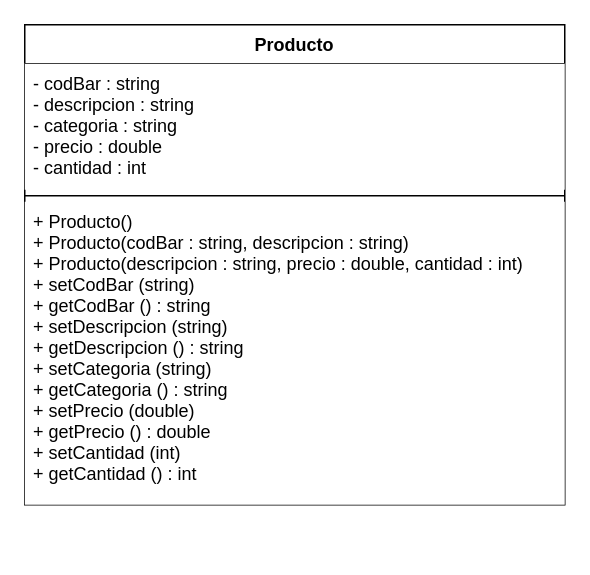
Above: producto.drawio in presuel/POO (draw.io), before the change. Source tidied: cells renumbered, new cells numbered last; positions are measured from the earlier drawing's top-left corner, leaving out a move shared by most shapes. Both pictures are drawn from the tidied source at 150%, with x=0, y=0 at pixel (24, 24).
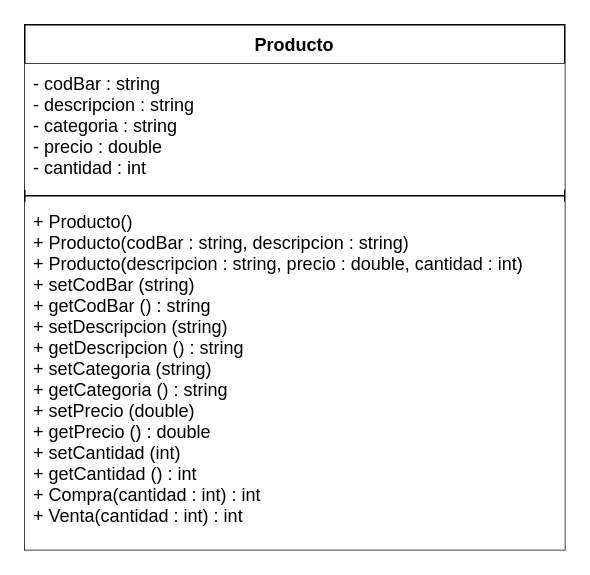
The same diagram, later.

Commit message (it also covers changes not shown here):
Compra, Venta Producto (C++ & Java)

Change to the diagram source:
```diff
@@
 <mxGraphModel>
   <root>
     <mxCell id="0" />
     <mxCell id="1" parent="0" />
     <mxCell id="2" value="Producto" style="swimlane;fontStyle=1;align=center;verticalAlign=top;horizontal=1;startSize=26;" parent="1" vertex="1">
-      <mxGeometry width="360" height="320" as="geometry" />
+      <mxGeometry width="360" height="350" as="geometry" />
     </mxCell>
     <mxCell id="3" value="- codBar : string&#10;- descripcion : string&#10;- categoria : string&#10;- precio : double&#10;- cantidad : int" style="text;strokeColor=none;fillColor=default;align=left;verticalAlign=top;spacingLeft=4;spacingRight=4;overflow=hidden;" parent="2" vertex="1">
       <mxGeometry y="26" width="360" height="84" as="geometry" />
     </mxCell>
     <mxCell id="4" style="line;strokeWidth=1;fillColor=none;align=left;verticalAlign=middle;spacingTop=-1;spacingLeft=3;spacingRight=3;labelPosition=right;strokeColor=inherit;" parent="2" vertex="1">
       <mxGeometry y="110" width="360" height="8" as="geometry" />
     </mxCell>
-    <mxCell id="5" value="+ Producto()&#10;+ Producto(codBar : string, descripcion : string)&#10;+ Producto(descripcion : string, precio : double, cantidad : int)&#10;+ setCodBar (string)&#10;+ getCodBar () : string&#10;+ setDescripcion (string)&#10;+ getDescripcion () : string&#10;+ setCategoria (string)&#10;+ getCategoria () : string&#10;+ setPrecio (double)&#10;+ getPrecio () : double&#10;+ setCantidad (int)&#10;+ getCantidad () : int" style="text;strokeColor=none;fillColor=default;align=left;verticalAlign=top;spacingLeft=4;spacingRight=4;overflow=hidden;" parent="2" vertex="1">
-      <mxGeometry y="118" width="360" height="202" as="geometry" />
+    <mxCell id="5" value="+ Producto()&#10;+ Producto(codBar : string, descripcion : string)&#10;+ Producto(descripcion : string, precio : double, cantidad : int)&#10;+ setCodBar (string)&#10;+ getCodBar () : string&#10;+ setDescripcion (string)&#10;+ getDescripcion () : string&#10;+ setCategoria (string)&#10;+ getCategoria () : string&#10;+ setPrecio (double)&#10;+ getPrecio () : double&#10;+ setCantidad (int)&#10;+ getCantidad () : int&#10;+ Compra(cantidad : int) : int&#10;+ Venta(cantidad : int) : int" style="text;strokeColor=none;fillColor=default;align=left;verticalAlign=top;spacingLeft=4;spacingRight=4;overflow=hidden;" parent="2" vertex="1">
+      <mxGeometry y="118" width="360" height="232" as="geometry" />
     </mxCell>
   </root>
 </mxGraphModel>
```
